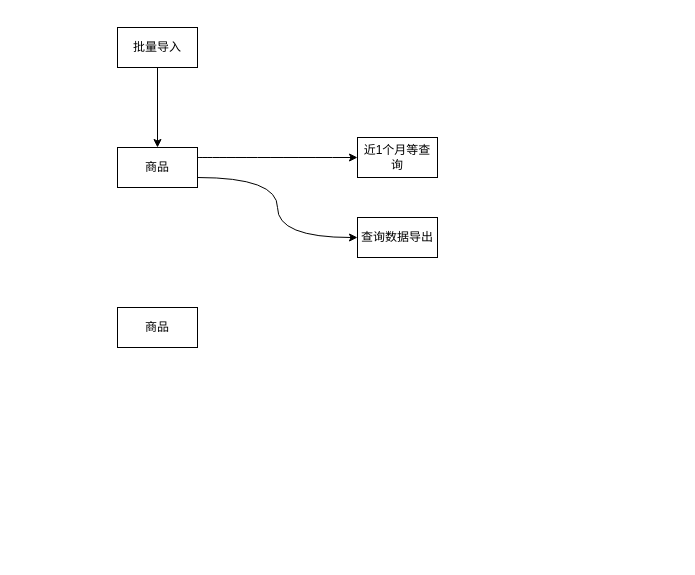
Earlier version of the draw.io diagram 餐饮导出-商品导入.drawio (dfqxyfy/image). Source tidied: cells renumbered, new cells numbered last; positions are measured from the earlier drawing's top-left corner, leaving out a move shared by most shapes. Both pictures are drawn from the tidied source at 100%, with x=0, y=0 at pixel (117, 27).
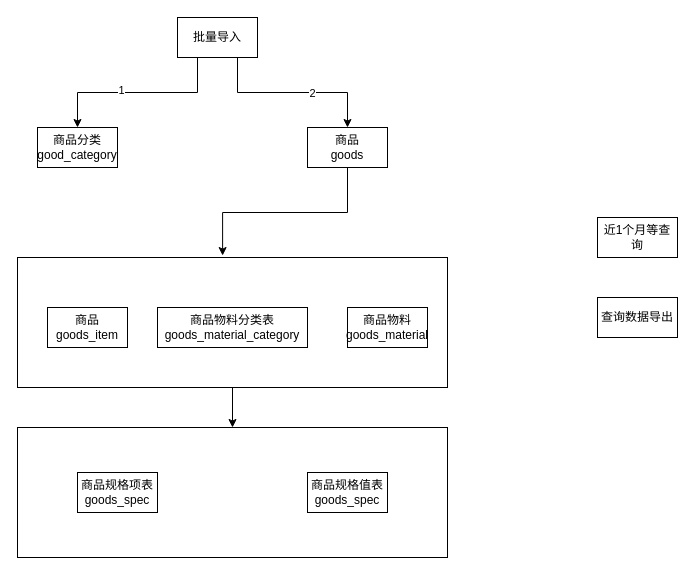
After the change.

Commit message (it also covers changes not shown here):
更新餐饮导出-商品导入.drawio

The edit, as a diff of the source:
```diff
@@
 <mxGraphModel>
   <root>
     <mxCell id="0" />
     <mxCell id="1" parent="0" />
+    <mxCell id="10" style="rounded=0;whiteSpace=wrap;html=1;fillColor=none;" parent="1" vertex="1">
+      <mxGeometry x="-100" y="400" width="430" height="130" as="geometry" />
+    </mxCell>
+    <mxCell id="11" style="edgeStyle=orthogonalEdgeStyle;rounded=0;jettySize=auto;html=1;entryX=0.5;entryY=0;entryDx=0;entryDy=0;" parent="1" edge="1" source="12" target="10">
+      <mxGeometry relative="1" as="geometry" />
+    </mxCell>
+    <mxCell id="12" style="rounded=0;whiteSpace=wrap;html=1;fillColor=none;" parent="1" vertex="1">
+      <mxGeometry x="-100" y="230" width="430" height="130" as="geometry" />
+    </mxCell>
-    <mxCell id="2" style="edgeStyle=orthogonalEdgeStyle;rounded=0;jettySize=auto;html=1;entryX=0.5;entryY=0;entryDx=0;entryDy=0;" parent="1" edge="1" source="3" target="6">
+    <mxCell id="2" style="edgeStyle=orthogonalEdgeStyle;rounded=0;jettySize=auto;html=1;entryX=0.5;entryY=0;entryDx=0;entryDy=0;exitX=0.75;exitY=1;exitDx=0;exitDy=0;" parent="1" edge="1" source="3" target="6">
       <mxGeometry relative="1" as="geometry" />
     </mxCell>
+    <mxCell id="13" value="2" style="edgeLabel;html=1;align=center;verticalAlign=middle;" parent="2" vertex="1">
+      <mxGeometry x="0.21" relative="1" as="geometry" />
+    </mxCell>
+    <mxCell id="14" style="edgeStyle=orthogonalEdgeStyle;rounded=0;jettySize=auto;html=1;exitX=0.25;exitY=1;exitDx=0;exitDy=0;" parent="1" edge="1" source="3" target="17">
+      <mxGeometry relative="1" as="geometry" />
+    </mxCell>
+    <mxCell id="15" value="1" style="edgeLabel;html=1;align=center;verticalAlign=middle;" parent="14" vertex="1">
+      <mxGeometry x="0.18" y="-3" relative="1" as="geometry" />
+    </mxCell>
     <mxCell id="3" value="批量导入" style="rounded=0;whiteSpace=wrap;html=1;" parent="1" vertex="1">
-      <mxGeometry width="80" height="40" as="geometry" />
+      <mxGeometry x="60" y="-10" width="80" height="40" as="geometry" />
     </mxCell>
-    <mxCell id="4" style="edgeStyle=orthogonalEdgeStyle;rounded=0;jettySize=auto;html=1;entryX=0;entryY=0.5;entryDx=0;entryDy=0;curved=1;exitX=1;exitY=0.25;exitDx=0;exitDy=0;" parent="1" edge="1" source="6" target="7">
-      <mxGeometry relative="1" as="geometry" />
-    </mxCell>
-    <mxCell id="5" style="edgeStyle=orthogonalEdgeStyle;rounded=0;jettySize=auto;html=1;entryX=0;entryY=0.5;entryDx=0;entryDy=0;curved=1;exitX=1;exitY=0.75;exitDx=0;exitDy=0;" parent="1" edge="1" source="6" target="8">
-      <mxGeometry relative="1" as="geometry" />
-    </mxCell>
+    <mxCell id="16" style="edgeStyle=orthogonalEdgeStyle;rounded=0;jettySize=auto;html=1;entryX=0.477;entryY=-0.015;entryDx=0;entryDy=0;entryPerimeter=0;" parent="1" edge="1" source="6" target="12">
+      <mxGeometry relative="1" as="geometry" />
+    </mxCell>
-    <mxCell id="6" value="商品" style="rounded=0;whiteSpace=wrap;html=1;" parent="1" vertex="1">
-      <mxGeometry y="120" width="80" height="40" as="geometry" />
+    <mxCell id="6" value="商品&lt;br&gt;goods" style="rounded=0;whiteSpace=wrap;html=1;" parent="1" vertex="1">
+      <mxGeometry x="190" y="100" width="80" height="40" as="geometry" />
     </mxCell>
     <mxCell id="7" value="近1个月等查询" style="rounded=0;whiteSpace=wrap;html=1;" parent="1" vertex="1">
-      <mxGeometry x="240" y="110" width="80" height="40" as="geometry" />
+      <mxGeometry x="480" y="190" width="80" height="40" as="geometry" />
     </mxCell>
     <mxCell id="8" value="查询数据导出" style="rounded=0;whiteSpace=wrap;html=1;" parent="1" vertex="1">
-      <mxGeometry x="240" y="190" width="80" height="40" as="geometry" />
+      <mxGeometry x="480" y="270" width="80" height="40" as="geometry" />
     </mxCell>
-    <mxCell id="9" value="商品" style="rounded=0;whiteSpace=wrap;html=1;" parent="1" vertex="1">
-      <mxGeometry y="280" width="80" height="40" as="geometry" />
+    <mxCell id="9" value="商品&lt;br&gt;goods_item" style="rounded=0;whiteSpace=wrap;html=1;" parent="1" vertex="1">
+      <mxGeometry x="-70" y="280" width="80" height="40" as="geometry" />
     </mxCell>
+    <mxCell id="17" value="商品分类&lt;br&gt;good_category" style="rounded=0;whiteSpace=wrap;html=1;" parent="1" vertex="1">
+      <mxGeometry x="-80" y="100" width="80" height="40" as="geometry" />
+    </mxCell>
+    <mxCell id="18" value="商品物料&lt;br&gt;goods_material" style="rounded=0;whiteSpace=wrap;html=1;" parent="1" vertex="1">
+      <mxGeometry x="230" y="280" width="80" height="40" as="geometry" />
+    </mxCell>
+    <mxCell id="19" value="商品规格项表&lt;br&gt;goods_spec" style="rounded=0;whiteSpace=wrap;html=1;" parent="1" vertex="1">
+      <mxGeometry x="-40" y="445" width="80" height="40" as="geometry" />
+    </mxCell>
+    <mxCell id="20" value="商品规格值表&lt;br&gt;goods_spec" style="rounded=0;whiteSpace=wrap;html=1;" parent="1" vertex="1">
+      <mxGeometry x="190" y="445" width="80" height="40" as="geometry" />
+    </mxCell>
+    <mxCell id="21" value="商品物料分类表&lt;br&gt;goods_material_category" style="rounded=0;whiteSpace=wrap;html=1;" parent="1" vertex="1">
+      <mxGeometry x="40" y="280" width="150" height="40" as="geometry" />
+    </mxCell>
   </root>
 </mxGraphModel>
```
